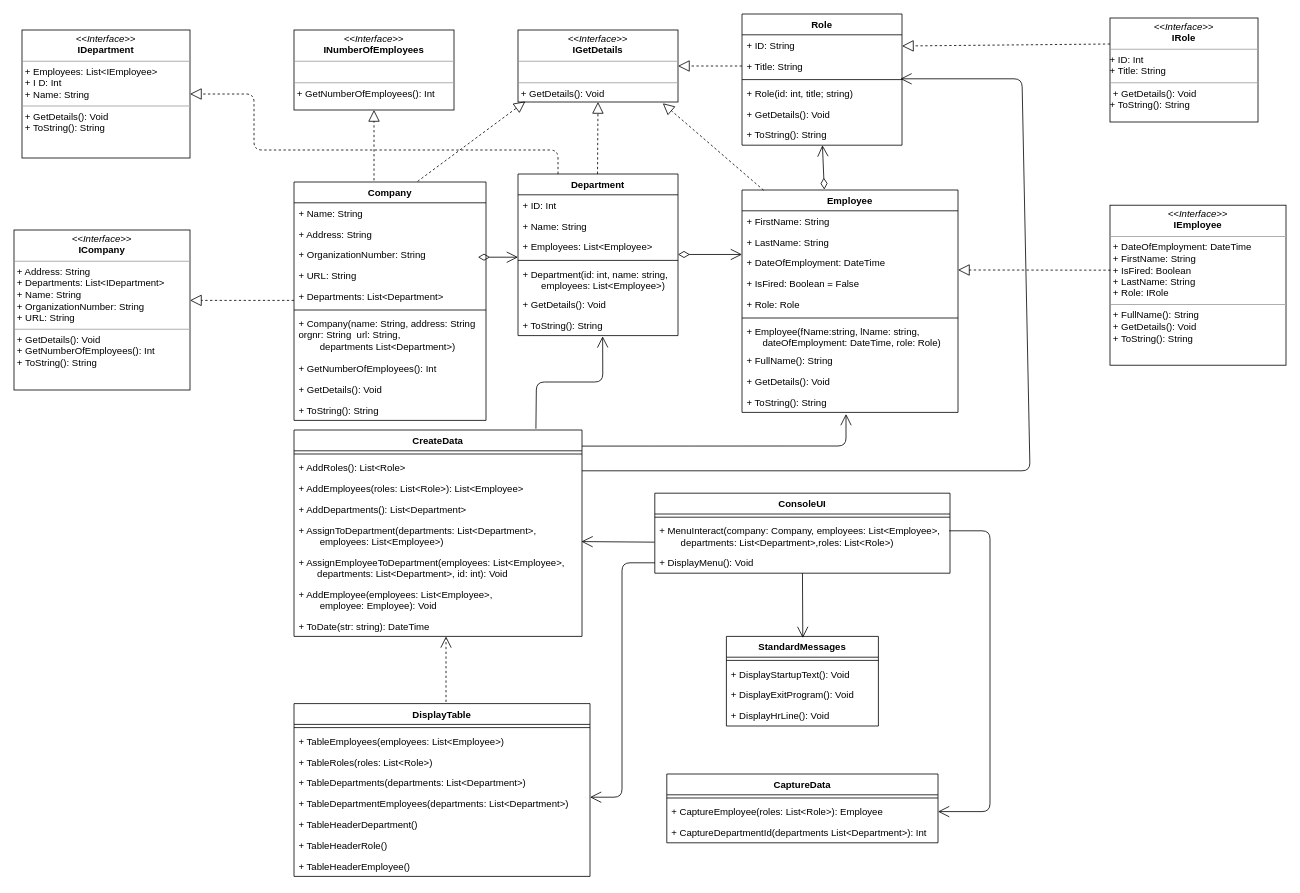
Earlier version of the draw.io diagram laboration_3/DICE.drawio (philipsinnott/gik2f7_laborationer). Source tidied: cells renumbered, new cells numbered last; positions are measured from the earlier drawing's top-left corner, leaving out a move shared by most shapes. Both pictures are drawn from the tidied source at 80%, with x=0, y=0 at pixel (14, 14).
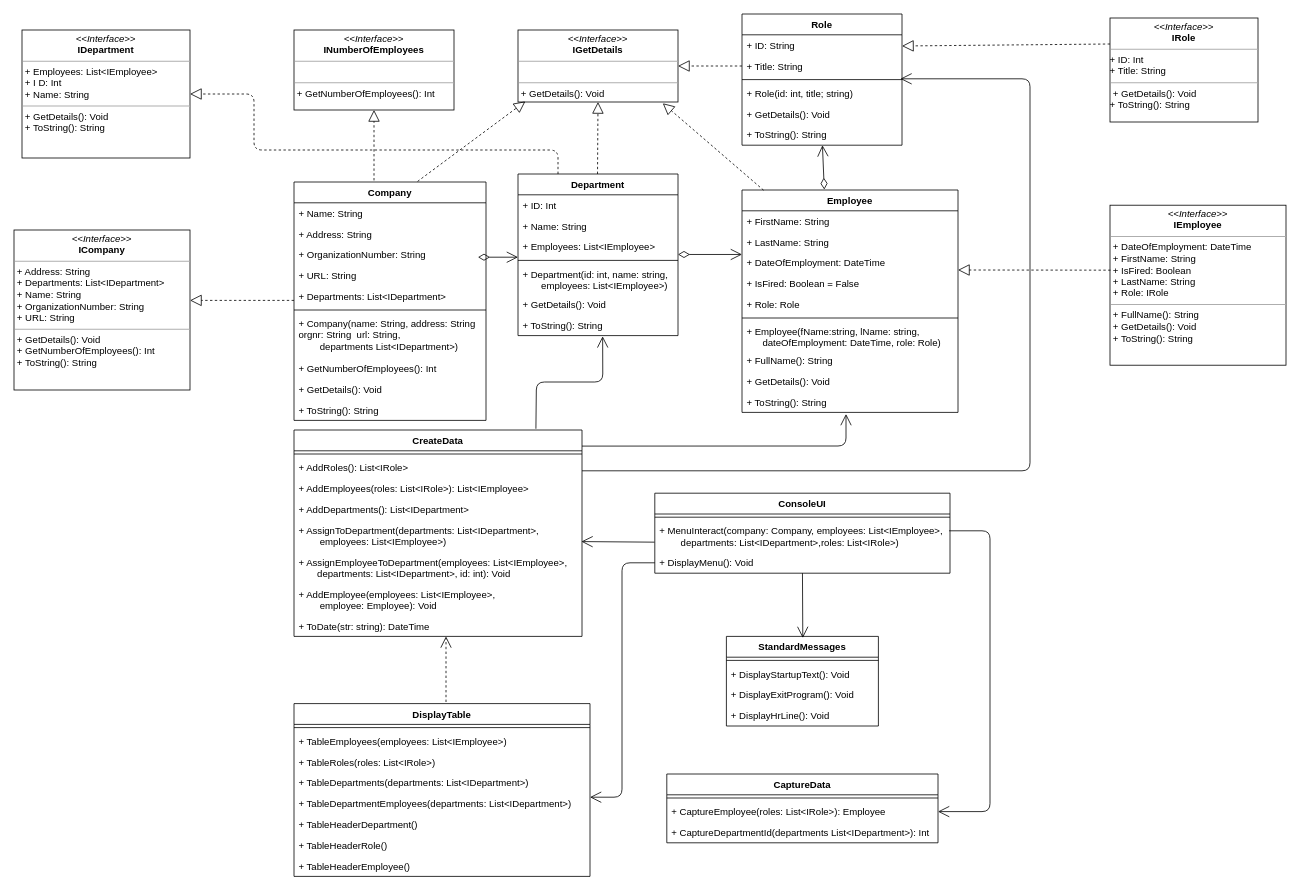
The same page after the edit.

Commit message:
Replaced class names with interface names

Unchanged cells that the change refers to:
```xml
<mxCell id="13" value="Department&#10;" style="swimlane;fontStyle=1;align=center;verticalAlign=top;horizontal=1;startSize=26;" parent="1" vertex="1">
  <mxGeometry x="630" y="200" width="200" height="202" as="geometry" />
</mxCell>
<mxCell id="26" value="+ Role(id: int, title; string)" style="text;strokeColor=none;fillColor=none;align=left;verticalAlign=top;spacingLeft=4;spacingRight=4;overflow=hidden;points=[[0,0.5],[1,0.5]];portConstraint=eastwest;" parent="22" vertex="1">
  <mxGeometry y="86" width="200" height="26" as="geometry" />
</mxCell>
<mxCell id="35" value="ConsoleUI" style="swimlane;fontStyle=1;align=center;verticalAlign=top;horizontal=1;startSize=26;" parent="1" vertex="1">
  <mxGeometry x="801" y="599" width="369" height="100" as="geometry" />
</mxCell>
<mxCell id="39" value="CreateData" style="swimlane;fontStyle=1;align=center;verticalAlign=top;horizontal=1;startSize=26;" parent="1" vertex="1">
  <mxGeometry x="350" y="520" width="360" height="258" as="geometry" />
</mxCell>
<mxCell id="48" value="DisplayTable" style="swimlane;fontStyle=1;align=center;verticalAlign=top;horizontal=1;startSize=26;" parent="1" vertex="1">
  <mxGeometry x="350" y="862" width="370" height="216" as="geometry" />
</mxCell>
<mxCell id="58" value="CaptureData" style="swimlane;fontStyle=1;align=center;verticalAlign=top;horizontal=1;startSize=26;" parent="1" vertex="1">
  <mxGeometry x="816" y="950" width="339" height="86" as="geometry" />
</mxCell>
<mxCell id="77" value="Company" style="swimlane;fontStyle=1;align=center;verticalAlign=top;horizontal=1;startSize=26;" parent="1" vertex="1">
  <mxGeometry x="350" y="210" width="240" height="298" as="geometry" />
</mxCell>
```

Diff of the diagram source:
```diff
@@
-    <mxCell id="16" value="+ Employees: List&lt;Employee&gt;" style="text;strokeColor=none;fillColor=none;align=left;verticalAlign=top;spacingLeft=4;spacingRight=4;overflow=hidden;" parent="13" vertex="1">
+    <mxCell id="16" value="+ Employees: List&lt;IEmployee&gt;" style="text;strokeColor=none;fillColor=none;align=left;verticalAlign=top;spacingLeft=4;spacingRight=4;overflow=hidden;" parent="13" vertex="1">
       <mxGeometry y="78" width="200" height="26" as="geometry" />
     </mxCell>
@@
-    <mxCell id="18" value="+ Department(id: int, name: string, &#10;       employees: List&lt;Employee&gt;)" style="text;strokeColor=none;fillColor=none;align=left;verticalAlign=top;spacingLeft=4;spacingRight=4;overflow=hidden;" parent="13" vertex="1">
+    <mxCell id="18" value="+ Department(id: int, name: string, &#10;       employees: List&lt;IEmployee&gt;)" style="text;strokeColor=none;fillColor=none;align=left;verticalAlign=top;spacingLeft=4;spacingRight=4;overflow=hidden;" parent="13" vertex="1">
       <mxGeometry y="112" width="200" height="38" as="geometry" />
     </mxCell>
@@
-    <mxCell id="37" value="+ MenuInteract(company: Company, employees: List&lt;Employee&gt;,&#10;        departments: List&lt;Department&gt;,roles: List&lt;Role&gt;)" style="text;strokeColor=none;fillColor=none;align=left;verticalAlign=top;spacingLeft=4;spacingRight=4;overflow=hidden;points=[[0,0.5],[1,0.5]];portConstraint=eastwest;" parent="35" vertex="1">
+    <mxCell id="37" value="+ MenuInteract(company: Company, employees: List&lt;IEmployee&gt;,&#10;        departments: List&lt;IDepartment&gt;,roles: List&lt;IRole&gt;)" style="text;strokeColor=none;fillColor=none;align=left;verticalAlign=top;spacingLeft=4;spacingRight=4;overflow=hidden;points=[[0,0.5],[1,0.5]];portConstraint=eastwest;" parent="35" vertex="1">
       <mxGeometry y="34" width="369" height="40" as="geometry" />
     </mxCell>
@@
-    <mxCell id="41" value="+ AddRoles(): List&lt;Role&gt;" style="text;strokeColor=none;fillColor=none;align=left;verticalAlign=top;spacingLeft=4;spacingRight=4;overflow=hidden;" parent="39" vertex="1">
+    <mxCell id="41" value="+ AddRoles(): List&lt;IRole&gt;" style="text;strokeColor=none;fillColor=none;align=left;verticalAlign=top;spacingLeft=4;spacingRight=4;overflow=hidden;" parent="39" vertex="1">
       <mxGeometry y="34" width="360" height="26" as="geometry" />
     </mxCell>
-    <mxCell id="42" value="+ AddEmployees(roles: List&lt;Role&gt;): List&lt;Employee&gt;" style="text;strokeColor=none;fillColor=none;align=left;verticalAlign=top;spacingLeft=4;spacingRight=4;overflow=hidden;" parent="39" vertex="1">
+    <mxCell id="42" value="+ AddEmployees(roles: List&lt;IRole&gt;): List&lt;IEmployee&gt;" style="text;strokeColor=none;fillColor=none;align=left;verticalAlign=top;spacingLeft=4;spacingRight=4;overflow=hidden;" parent="39" vertex="1">
       <mxGeometry y="60" width="360" height="26" as="geometry" />
     </mxCell>
-    <mxCell id="43" value="+ AddDepartments(): List&lt;Department&gt;" style="text;strokeColor=none;fillColor=none;align=left;verticalAlign=top;spacingLeft=4;spacingRight=4;overflow=hidden;" parent="39" vertex="1">
+    <mxCell id="43" value="+ AddDepartments(): List&lt;IDepartment&gt;" style="text;strokeColor=none;fillColor=none;align=left;verticalAlign=top;spacingLeft=4;spacingRight=4;overflow=hidden;" parent="39" vertex="1">
       <mxGeometry y="86" width="360" height="26" as="geometry" />
     </mxCell>
-    <mxCell id="44" value="+ AssignToDepartment(departments: List&lt;Department&gt;,&#10;        employees: List&lt;Employee&gt;)&#10;&#10;" style="text;strokeColor=none;fillColor=none;align=left;verticalAlign=top;spacingLeft=4;spacingRight=4;overflow=hidden;points=[[0,0.5],[1,0.5]];portConstraint=eastwest;" parent="39" vertex="1">
+    <mxCell id="44" value="+ AssignToDepartment(departments: List&lt;IDepartment&gt;,&#10;        employees: List&lt;IEmployee&gt;)&#10;&#10;" style="text;strokeColor=none;fillColor=none;align=left;verticalAlign=top;spacingLeft=4;spacingRight=4;overflow=hidden;points=[[0,0.5],[1,0.5]];portConstraint=eastwest;" parent="39" vertex="1">
       <mxGeometry y="112" width="360" height="40" as="geometry" />
     </mxCell>
-    <mxCell id="45" value="+ AssignEmployeeToDepartment(employees: List&lt;Employee&gt;,&#10;       departments: List&lt;Department&gt;, id: int): Void&#10;" style="text;strokeColor=none;fillColor=none;align=left;verticalAlign=top;spacingLeft=4;spacingRight=4;overflow=hidden;" parent="39" vertex="1">
+    <mxCell id="45" value="+ AssignEmployeeToDepartment(employees: List&lt;IEmployee&gt;,&#10;       departments: List&lt;IDepartment&gt;, id: int): Void&#10;" style="text;strokeColor=none;fillColor=none;align=left;verticalAlign=top;spacingLeft=4;spacingRight=4;overflow=hidden;" parent="39" vertex="1">
       <mxGeometry y="152" width="360" height="40" as="geometry" />
     </mxCell>
-    <mxCell id="46" value="+ AddEmployee(employees: List&lt;Employee&gt;, &#10;        employee: Employee): Void" style="text;strokeColor=none;fillColor=none;align=left;verticalAlign=top;spacingLeft=4;spacingRight=4;overflow=hidden;" parent="39" vertex="1">
+    <mxCell id="46" value="+ AddEmployee(employees: List&lt;IEmployee&gt;, &#10;        employee: Employee): Void" style="text;strokeColor=none;fillColor=none;align=left;verticalAlign=top;spacingLeft=4;spacingRight=4;overflow=hidden;" parent="39" vertex="1">
       <mxGeometry y="192" width="360" height="40" as="geometry" />
     </mxCell>
@@
-    <mxCell id="50" value="+ TableEmployees(employees: List&lt;Employee&gt;)" style="text;strokeColor=none;fillColor=none;align=left;verticalAlign=top;spacingLeft=4;spacingRight=4;overflow=hidden;" parent="48" vertex="1">
+    <mxCell id="50" value="+ TableEmployees(employees: List&lt;IEmployee&gt;)" style="text;strokeColor=none;fillColor=none;align=left;verticalAlign=top;spacingLeft=4;spacingRight=4;overflow=hidden;" parent="48" vertex="1">
       <mxGeometry y="34" width="370" height="26" as="geometry" />
     </mxCell>
-    <mxCell id="51" value="+ TableRoles(roles: List&lt;Role&gt;)" style="text;strokeColor=none;fillColor=none;align=left;verticalAlign=top;spacingLeft=4;spacingRight=4;overflow=hidden;" parent="48" vertex="1">
+    <mxCell id="51" value="+ TableRoles(roles: List&lt;IRole&gt;)" style="text;strokeColor=none;fillColor=none;align=left;verticalAlign=top;spacingLeft=4;spacingRight=4;overflow=hidden;" parent="48" vertex="1">
       <mxGeometry y="60" width="370" height="26" as="geometry" />
     </mxCell>
-    <mxCell id="52" value="+ TableDepartments(departments: List&lt;Department&gt;)" style="text;strokeColor=none;fillColor=none;align=left;verticalAlign=top;spacingLeft=4;spacingRight=4;overflow=hidden;" parent="48" vertex="1">
+    <mxCell id="52" value="+ TableDepartments(departments: List&lt;IDepartment&gt;)" style="text;strokeColor=none;fillColor=none;align=left;verticalAlign=top;spacingLeft=4;spacingRight=4;overflow=hidden;" parent="48" vertex="1">
       <mxGeometry y="86" width="370" height="26" as="geometry" />
     </mxCell>
-    <mxCell id="53" value="+ TableDepartmentEmployees(departments: List&lt;Department&gt;)" style="text;strokeColor=none;fillColor=none;align=left;verticalAlign=top;spacingLeft=4;spacingRight=4;overflow=hidden;" parent="48" vertex="1">
+    <mxCell id="53" value="+ TableDepartmentEmployees(departments: List&lt;IDepartment&gt;)" style="text;strokeColor=none;fillColor=none;align=left;verticalAlign=top;spacingLeft=4;spacingRight=4;overflow=hidden;" parent="48" vertex="1">
       <mxGeometry y="112" width="370" height="26" as="geometry" />
     </mxCell>
@@
-    <mxCell id="60" value="+ CaptureEmployee(roles: List&lt;Role&gt;): Employee" style="text;strokeColor=none;fillColor=none;align=left;verticalAlign=top;spacingLeft=4;spacingRight=4;overflow=hidden;points=[[0,0.5],[1,0.5]];portConstraint=eastwest;" parent="58" vertex="1">
+    <mxCell id="60" value="+ CaptureEmployee(roles: List&lt;IRole&gt;): Employee" style="text;strokeColor=none;fillColor=none;align=left;verticalAlign=top;spacingLeft=4;spacingRight=4;overflow=hidden;points=[[0,0.5],[1,0.5]];portConstraint=eastwest;" parent="58" vertex="1">
       <mxGeometry y="34" width="339" height="26" as="geometry" />
     </mxCell>
-    <mxCell id="61" value="+ CaptureDepartmentId(departments List&lt;Department&gt;): Int" style="text;strokeColor=none;fillColor=none;align=left;verticalAlign=top;spacingLeft=4;spacingRight=4;overflow=hidden;" parent="58" vertex="1">
+    <mxCell id="61" value="+ CaptureDepartmentId(departments List&lt;IDepartment&gt;): Int" style="text;strokeColor=none;fillColor=none;align=left;verticalAlign=top;spacingLeft=4;spacingRight=4;overflow=hidden;" parent="58" vertex="1">
       <mxGeometry y="60" width="339" height="26" as="geometry" />
     </mxCell>
@@
     <mxCell id="70" style="endArrow=open;endFill=0;endSize=12;html=1;entryX=0.99;entryY=-0.192;entryDx=0;entryDy=0;entryPerimeter=0;" parent="1" edge="1" target="26">
       <mxGeometry relative="1" as="geometry">
         <mxPoint x="710" y="571" as="sourcePoint" />
         <Array as="points">
           <mxPoint x="1270" y="571" />
-          <mxPoint x="1260" y="81" />
+          <mxPoint x="1270" y="81" />
         </Array>
       </mxGeometry>
     </mxCell>
@@
-    <mxCell id="82" value="+ Departments: List&lt;Department&gt;" style="text;strokeColor=none;fillColor=none;align=left;verticalAlign=top;spacingLeft=4;spacingRight=4;overflow=hidden;" parent="77" vertex="1">
+    <mxCell id="82" value="+ Departments: List&lt;IDepartment&gt;" style="text;strokeColor=none;fillColor=none;align=left;verticalAlign=top;spacingLeft=4;spacingRight=4;overflow=hidden;" parent="77" vertex="1">
       <mxGeometry y="130" width="240" height="26" as="geometry" />
     </mxCell>
@@
-    <mxCell id="84" value="+ Company(name: String, address: String&#10;        orgnr: String  url: String,&#10;         departments List&lt;Department&gt;) " style="text;strokeColor=none;fillColor=none;align=left;verticalAlign=top;spacingLeft=4;spacingRight=4;overflow=hidden;" parent="77" vertex="1">
+    <mxCell id="84" value="+ Company(name: String, address: String&#10;        orgnr: String  url: String,&#10;         departments List&lt;IDepartment&gt;) " style="text;strokeColor=none;fillColor=none;align=left;verticalAlign=top;spacingLeft=4;spacingRight=4;overflow=hidden;" parent="77" vertex="1">
       <mxGeometry y="164" width="240" height="56" as="geometry" />
     </mxCell>
```
